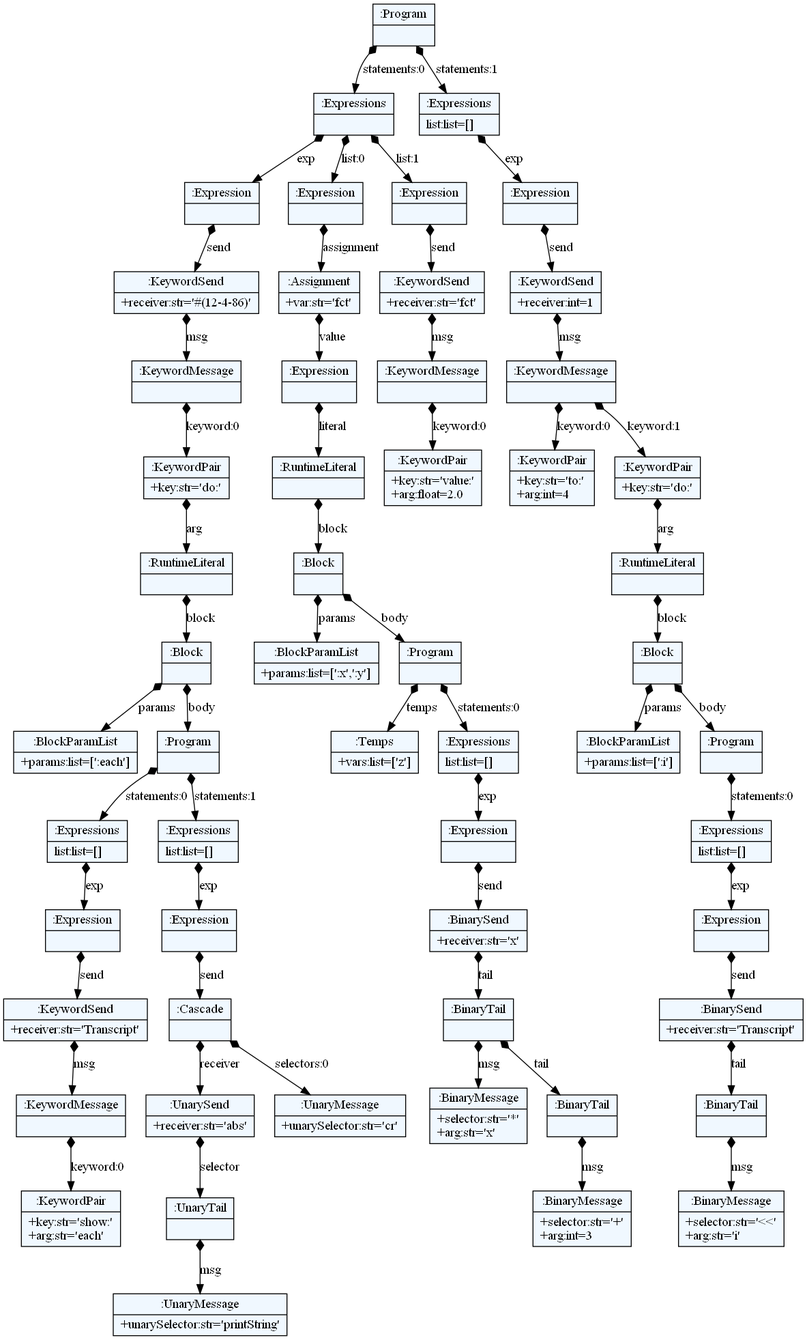
spcnz/smalltalk-parser keeps this Graphviz diagram as parser/images/block.png. Above is the earlier version. Its source is kept beside it as parser/dot/block.dot.
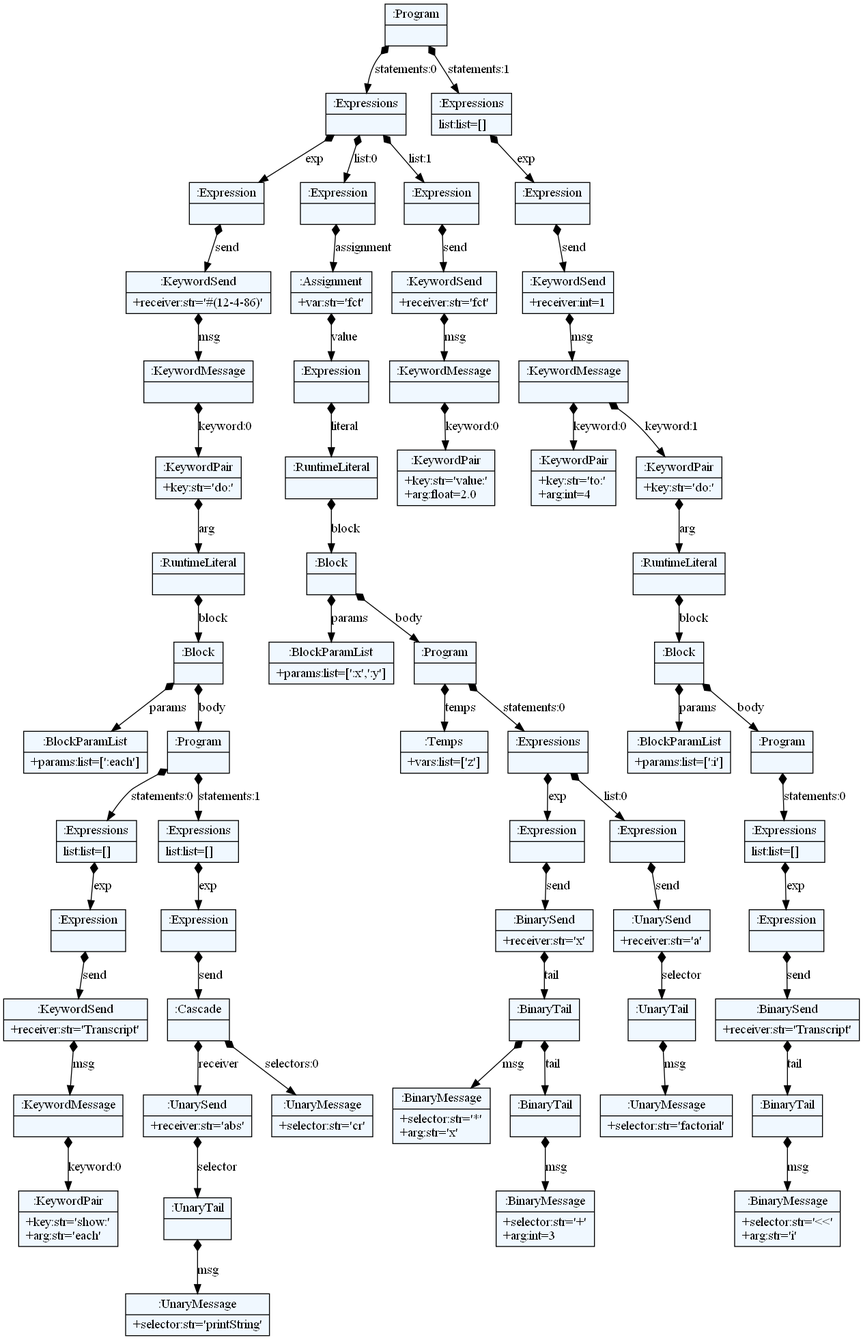
Above is the later version.

Diff of the diagram source:
```diff
@@ -10,116 +10,124 @@
     edge[dir=black,arrowtail=empty]
 
 
-1970364811696 -> 1970365337728 [label="statements:0" arrowtail=diamond dir=both]
-1970365337728 -> 1970427407048 [label="exp" arrowtail=diamond dir=both]
-1970427407048 -> 1970427407216 [label="send" arrowtail=diamond dir=both]
-1970427407216 -> 1970427407608 [label="msg" arrowtail=diamond dir=both]
-1970427407608 -> 1970427407776 [label="keyword:0" arrowtail=diamond dir=both]
-1970427407776 -> 1970374726264 [label="arg" arrowtail=diamond dir=both]
-1970374726264 -> 1970374726432 [label="block" arrowtail=diamond dir=both]
-1970374726432 -> 1970374726600 [label="params" arrowtail=diamond dir=both]
-1970374726600[label="{:BlockParamList|+params:list=[':each']\l}"]
-1970374726432 -> 1970374726656 [label="body" arrowtail=diamond dir=both]
-1970374726656 -> 1970374726936 [label="statements:0" arrowtail=diamond dir=both]
-1970374726936 -> 1970374727048 [label="exp" arrowtail=diamond dir=both]
-1970374727048 -> 1970374727216 [label="send" arrowtail=diamond dir=both]
-1970374727216 -> 1970374727440 [label="msg" arrowtail=diamond dir=both]
-1970374727440 -> 1970374727552 [label="keyword:0" arrowtail=diamond dir=both]
-1970374727552[label="{:KeywordPair|+key:str='show:'\l+arg:str='each'\l}"]
-1970374727440[label="{:KeywordMessage|}"]
-1970374727216[label="{:KeywordSend|+receiver:str='Transcript'\l}"]
-1970374727048[label="{:Expression|}"]
-1970374726936[label="{:Expressions|list:list=[]\l}"]
-1970374726656 -> 1970374726992 [label="statements:1" arrowtail=diamond dir=both]
-1970374726992 -> 1970374727160 [label="exp" arrowtail=diamond dir=both]
-1970374727160 -> 1970374727384 [label="send" arrowtail=diamond dir=both]
-1970374727384 -> 1970374727664 [label="receiver" arrowtail=diamond dir=both]
-1970374727664 -> 1970374727944 [label="selector" arrowtail=diamond dir=both]
-1970374727944 -> 1970374728056 [label="msg" arrowtail=diamond dir=both]
-1970374728056[label="{:UnaryMessage|+unarySelector:str='printString'\l}"]
-1970374727944[label="{:UnaryTail|}"]
-1970374727664[label="{:UnarySend|+receiver:str='abs'\l}"]
-1970374727384 -> 1970374727832 [label="selectors:0" arrowtail=diamond dir=both]
-1970374727832[label="{:UnaryMessage|+unarySelector:str='cr'\l}"]
-1970374727384[label="{:Cascade|}"]
-1970374727160[label="{:Expression|}"]
-1970374726992[label="{:Expressions|list:list=[]\l}"]
-1970374726656[label="{:Program|}"]
-1970374726432[label="{:Block|}"]
-1970374726264[label="{:RuntimeLiteral|}"]
-1970427407776[label="{:KeywordPair|+key:str='do:'\l}"]
-1970427407608[label="{:KeywordMessage|}"]
-1970427407216[label="{:KeywordSend|+receiver:str='#(12-4-86)'\l}"]
-1970427407048[label="{:Expression|}"]
-1970365337728 -> 1970427407104 [label="list:0" arrowtail=diamond dir=both]
-1970427407104 -> 1970427407272 [label="assignment" arrowtail=diamond dir=both]
-1970427407272 -> 1970427407552 [label="value" arrowtail=diamond dir=both]
-1970427407552 -> 1970374726376 [label="literal" arrowtail=diamond dir=both]
-1970374726376 -> 1970374726712 [label="block" arrowtail=diamond dir=both]
-1970374726712 -> 1970374727104 [label="params" arrowtail=diamond dir=both]
-1970374727104[label="{:BlockParamList|+params:list=[':x',':y']\l}"]
-1970374726712 -> 1970374727272 [label="body" arrowtail=diamond dir=both]
-1970374727272 -> 1970374728224 [label="temps" arrowtail=diamond dir=both]
-1970374728224[label="{:Temps|+vars:list=['z']\l}"]
-1970374727272 -> 1970374728392 [label="statements:0" arrowtail=diamond dir=both]
-1970374728392 -> 1970374728448 [label="exp" arrowtail=diamond dir=both]
-1970374728448 -> 1970374728672 [label="send" arrowtail=diamond dir=both]
-1970374728672 -> 1970374728896 [label="tail" arrowtail=diamond dir=both]
-1970374728896 -> 1970374729008 [label="msg" arrowtail=diamond dir=both]
-1970374729008[label="{:BinaryMessage|+selector:str='*'\l+arg:str='x'\l}"]
-1970374728896 -> 1970374729064 [label="tail" arrowtail=diamond dir=both]
-1970374729064 -> 1970374729232 [label="msg" arrowtail=diamond dir=both]
-1970374729232[label="{:BinaryMessage|+selector:str='+'\l+arg:int=3\l}"]
-1970374729064[label="{:BinaryTail|}"]
-1970374728896[label="{:BinaryTail|}"]
-1970374728672[label="{:BinarySend|+receiver:str='x'\l}"]
-1970374728448[label="{:Expression|}"]
-1970374728392[label="{:Expressions|list:list=[]\l}"]
-1970374727272[label="{:Program|}"]
-1970374726712[label="{:Block|}"]
-1970374726376[label="{:RuntimeLiteral|}"]
-1970427407552[label="{:Expression|}"]
-1970427407272[label="{:Assignment|+var:str='fct'\l}"]
-1970427407104[label="{:Expression|}"]
-1970365337728 -> 1970427407720 [label="list:1" arrowtail=diamond dir=both]
-1970427407720 -> 1970427407664 [label="send" arrowtail=diamond dir=both]
-1970427407664 -> 1970374726544 [label="msg" arrowtail=diamond dir=both]
-1970374726544 -> 1970374726880 [label="keyword:0" arrowtail=diamond dir=both]
-1970374726880[label="{:KeywordPair|+key:str='value:'\l+arg:float=2.0\l}"]
-1970374726544[label="{:KeywordMessage|}"]
-1970427407664[label="{:KeywordSend|+receiver:str='fct'\l}"]
-1970427407720[label="{:Expression|}"]
-1970365337728[label="{:Expressions|}"]
-1970364811696 -> 1970365340528 [label="statements:1" arrowtail=diamond dir=both]
-1970365340528 -> 1970427407496 [label="exp" arrowtail=diamond dir=both]
-1970427407496 -> 1970374726488 [label="send" arrowtail=diamond dir=both]
-1970374726488 -> 1970374728560 [label="msg" arrowtail=diamond dir=both]
-1970374728560 -> 1970374728616 [label="keyword:0" arrowtail=diamond dir=both]
-1970374728616[label="{:KeywordPair|+key:str='to:'\l+arg:int=4\l}"]
-1970374728560 -> 1970374728728 [label="keyword:1" arrowtail=diamond dir=both]
-1970374728728 -> 1970374729176 [label="arg" arrowtail=diamond dir=both]
-1970374729176 -> 1970374729400 [label="block" arrowtail=diamond dir=both]
-1970374729400 -> 1970374729568 [label="params" arrowtail=diamond dir=both]
-1970374729568[label="{:BlockParamList|+params:list=[':i']\l}"]
-1970374729400 -> 1970374729624 [label="body" arrowtail=diamond dir=both]
-1970374729624 -> 1970376806640 [label="statements:0" arrowtail=diamond dir=both]
-1970376806640 -> 1970376806752 [label="exp" arrowtail=diamond dir=both]
-1970376806752 -> 1970376806920 [label="send" arrowtail=diamond dir=both]
-1970376806920 -> 1970376807144 [label="tail" arrowtail=diamond dir=both]
-1970376807144 -> 1970376807256 [label="msg" arrowtail=diamond dir=both]
-1970376807256[label="{:BinaryMessage|+selector:str='\<\<'\l+arg:str='i'\l}"]
-1970376807144[label="{:BinaryTail|}"]
-1970376806920[label="{:BinarySend|+receiver:str='Transcript'\l}"]
-1970376806752[label="{:Expression|}"]
-1970376806640[label="{:Expressions|list:list=[]\l}"]
-1970374729624[label="{:Program|}"]
-1970374729400[label="{:Block|}"]
-1970374729176[label="{:RuntimeLiteral|}"]
-1970374728728[label="{:KeywordPair|+key:str='do:'\l}"]
-1970374728560[label="{:KeywordMessage|}"]
-1970374726488[label="{:KeywordSend|+receiver:int=1\l}"]
-1970427407496[label="{:Expression|}"]
-1970365340528[label="{:Expressions|list:list=[]\l}"]
-1970364811696[label="{:Program|}"]
+3018012460984 -> 3018125912272 [label="statements:0" arrowtail=diamond dir=both]
+3018125912272 -> 3018124065592 [label="exp" arrowtail=diamond dir=both]
+3018124065592 -> 3018124065760 [label="send" arrowtail=diamond dir=both]
+3018124065760 -> 3018124066152 [label="msg" arrowtail=diamond dir=both]
+3018124066152 -> 3018124066320 [label="keyword:0" arrowtail=diamond dir=both]
+3018124066320 -> 3018152035608 [label="arg" arrowtail=diamond dir=both]
+3018152035608 -> 3018152035776 [label="block" arrowtail=diamond dir=both]
+3018152035776 -> 3018152035944 [label="params" arrowtail=diamond dir=both]
+3018152035944[label="{:BlockParamList|+params:list=[':each']\l}"]
+3018152035776 -> 3018152036000 [label="body" arrowtail=diamond dir=both]
+3018152036000 -> 3018152036280 [label="statements:0" arrowtail=diamond dir=both]
+3018152036280 -> 3018152036392 [label="exp" arrowtail=diamond dir=both]
+3018152036392 -> 3018152036560 [label="send" arrowtail=diamond dir=both]
+3018152036560 -> 3018152036784 [label="msg" arrowtail=diamond dir=both]
+3018152036784 -> 3018152036896 [label="keyword:0" arrowtail=diamond dir=both]
+3018152036896[label="{:KeywordPair|+key:str='show:'\l+arg:str='each'\l}"]
+3018152036784[label="{:KeywordMessage|}"]
+3018152036560[label="{:KeywordSend|+receiver:str='Transcript'\l}"]
+3018152036392[label="{:Expression|}"]
+3018152036280[label="{:Expressions|list:list=[]\l}"]
+3018152036000 -> 3018152036336 [label="statements:1" arrowtail=diamond dir=both]
+3018152036336 -> 3018152036504 [label="exp" arrowtail=diamond dir=both]
+3018152036504 -> 3018152036728 [label="send" arrowtail=diamond dir=both]
+3018152036728 -> 3018152037008 [label="receiver" arrowtail=diamond dir=both]
+3018152037008 -> 3018152037288 [label="selector" arrowtail=diamond dir=both]
+3018152037288 -> 3018152037400 [label="msg" arrowtail=diamond dir=both]
+3018152037400[label="{:UnaryMessage|+selector:str='printString'\l}"]
+3018152037288[label="{:UnaryTail|}"]
+3018152037008[label="{:UnarySend|+receiver:str='abs'\l}"]
+3018152036728 -> 3018152037176 [label="selectors:0" arrowtail=diamond dir=both]
+3018152037176[label="{:UnaryMessage|+selector:str='cr'\l}"]
+3018152036728[label="{:Cascade|}"]
+3018152036504[label="{:Expression|}"]
+3018152036336[label="{:Expressions|list:list=[]\l}"]
+3018152036000[label="{:Program|}"]
+3018152035776[label="{:Block|}"]
+3018152035608[label="{:RuntimeLiteral|}"]
+3018124066320[label="{:KeywordPair|+key:str='do:'\l}"]
+3018124066152[label="{:KeywordMessage|}"]
+3018124065760[label="{:KeywordSend|+receiver:str='#(12-4-86)'\l}"]
+3018124065592[label="{:Expression|}"]
+3018125912272 -> 3018124065648 [label="list:0" arrowtail=diamond dir=both]
+3018124065648 -> 3018124065816 [label="assignment" arrowtail=diamond dir=both]
+3018124065816 -> 3018124066096 [label="value" arrowtail=diamond dir=both]
+3018124066096 -> 3018152035720 [label="literal" arrowtail=diamond dir=both]
+3018152035720 -> 3018152036056 [label="block" arrowtail=diamond dir=both]
+3018152036056 -> 3018152036448 [label="params" arrowtail=diamond dir=both]
+3018152036448[label="{:BlockParamList|+params:list=[':x',':y']\l}"]
+3018152036056 -> 3018152036616 [label="body" arrowtail=diamond dir=both]
+3018152036616 -> 3018152037232 [label="temps" arrowtail=diamond dir=both]
+3018152037232[label="{:Temps|+vars:list=['z']\l}"]
+3018152036616 -> 3018152037344 [label="statements:0" arrowtail=diamond dir=both]
+3018152037344 -> 3018152037512 [label="exp" arrowtail=diamond dir=both]
+3018152037512 -> 3018152037736 [label="send" arrowtail=diamond dir=both]
+3018152037736 -> 3018152037960 [label="tail" arrowtail=diamond dir=both]
+3018152037960 -> 3018152038072 [label="msg" arrowtail=diamond dir=both]
+3018152038072[label="{:BinaryMessage|+selector:str='*'\l+arg:str='x'\l}"]
+3018152037960 -> 3018152038128 [label="tail" arrowtail=diamond dir=both]
+3018152038128 -> 3018152038296 [label="msg" arrowtail=diamond dir=both]
+3018152038296[label="{:BinaryMessage|+selector:str='+'\l+arg:int=3\l}"]
+3018152038128[label="{:BinaryTail|}"]
+3018152037960[label="{:BinaryTail|}"]
+3018152037736[label="{:BinarySend|+receiver:str='x'\l}"]
+3018152037512[label="{:Expression|}"]
+3018152037344 -> 3018152037568 [label="list:0" arrowtail=diamond dir=both]
+3018152037568 -> 3018152037848 [label="send" arrowtail=diamond dir=both]
+3018152037848 -> 3018152038240 [label="selector" arrowtail=diamond dir=both]
+3018152038240 -> 3018160504904 [label="msg" arrowtail=diamond dir=both]
+3018160504904[label="{:UnaryMessage|+selector:str='factorial'\l}"]
+3018152038240[label="{:UnaryTail|}"]
+3018152037848[label="{:UnarySend|+receiver:str='a'\l}"]
+3018152037568[label="{:Expression|}"]
+3018152037344[label="{:Expressions|}"]
+3018152036616[label="{:Program|}"]
+3018152036056[label="{:Block|}"]
+3018152035720[label="{:RuntimeLiteral|}"]
+3018124066096[label="{:Expression|}"]
+3018124065816[label="{:Assignment|+var:str='fct'\l}"]
+3018124065648[label="{:Expression|}"]
+3018125912272 -> 3018124066264 [label="list:1" arrowtail=diamond dir=both]
+3018124066264 -> 3018124066208 [label="send" arrowtail=diamond dir=both]
+3018124066208 -> 3018152035888 [label="msg" arrowtail=diamond dir=both]
+3018152035888 -> 3018152036224 [label="keyword:0" arrowtail=diamond dir=both]
+3018152036224[label="{:KeywordPair|+key:str='value:'\l+arg:float=2.0\l}"]
+3018152035888[label="{:KeywordMessage|}"]
+3018124066208[label="{:KeywordSend|+receiver:str='fct'\l}"]
+3018124066264[label="{:Expression|}"]
+3018125912272[label="{:Expressions|}"]
+3018012460984 -> 3018153437728 [label="statements:1" arrowtail=diamond dir=both]
+3018153437728 -> 3018124066712 [label="exp" arrowtail=diamond dir=both]
+3018124066712 -> 3018152036168 [label="send" arrowtail=diamond dir=both]
+3018152036168 -> 3018152037624 [label="msg" arrowtail=diamond dir=both]
+3018152037624 -> 3018152037904 [label="keyword:0" arrowtail=diamond dir=both]
+3018152037904[label="{:KeywordPair|+key:str='to:'\l+arg:int=4\l}"]
+3018152037624 -> 3018152038016 [label="keyword:1" arrowtail=diamond dir=both]
+3018152038016 -> 3018160505128 [label="arg" arrowtail=diamond dir=both]
+3018160505128 -> 3018160505240 [label="block" arrowtail=diamond dir=both]
+3018160505240 -> 3018160770240 [label="params" arrowtail=diamond dir=both]
+3018160770240[label="{:BlockParamList|+params:list=[':i']\l}"]
+3018160505240 -> 3018160770576 [label="body" arrowtail=diamond dir=both]
+3018160770576 -> 3018160770912 [label="statements:0" arrowtail=diamond dir=both]
+3018160770912 -> 3018160771024 [label="exp" arrowtail=diamond dir=both]
+3018160771024 -> 3018161410232 [label="send" arrowtail=diamond dir=both]
+3018161410232 -> 3018161410456 [label="tail" arrowtail=diamond dir=both]
+3018161410456 -> 3018161410568 [label="msg" arrowtail=diamond dir=both]
+3018161410568[label="{:BinaryMessage|+selector:str='\<\<'\l+arg:str='i'\l}"]
+3018161410456[label="{:BinaryTail|}"]
+3018161410232[label="{:BinarySend|+receiver:str='Transcript'\l}"]
+3018160771024[label="{:Expression|}"]
+3018160770912[label="{:Expressions|list:list=[]\l}"]
+3018160770576[label="{:Program|}"]
+3018160505240[label="{:Block|}"]
+3018160505128[label="{:RuntimeLiteral|}"]
+3018152038016[label="{:KeywordPair|+key:str='do:'\l}"]
+3018152037624[label="{:KeywordMessage|}"]
+3018152036168[label="{:KeywordSend|+receiver:int=1\l}"]
+3018124066712[label="{:Expression|}"]
+3018153437728[label="{:Expressions|list:list=[]\l}"]
+3018012460984[label="{:Program|}"]
 
 }
```
